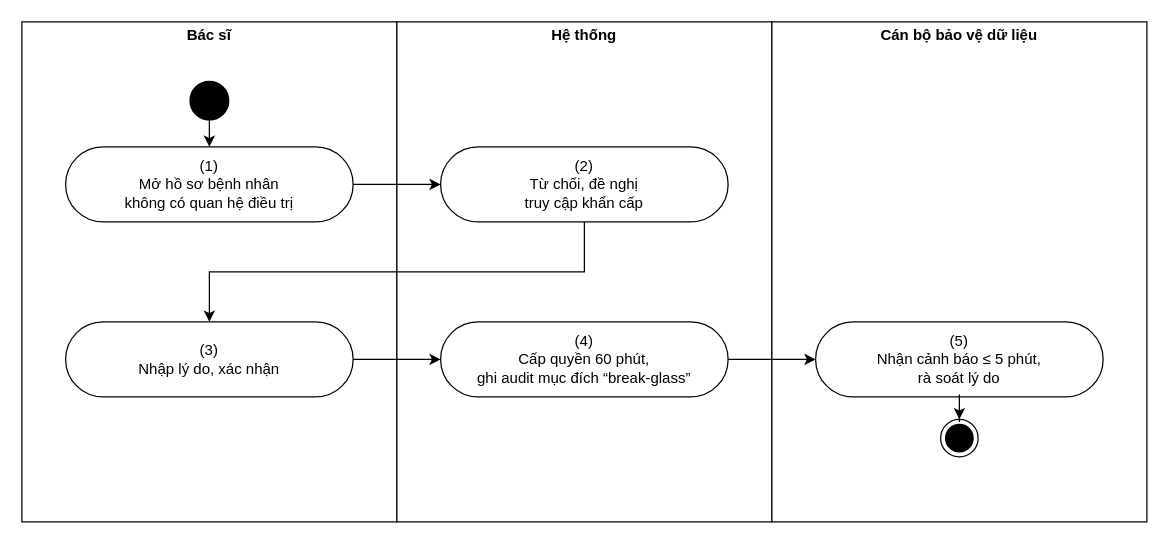
Before: page "Emergency access and monitoring process" (3 of 3) of docs/02-requirements/srs/dist/diagrams/02-workflows.drawio in viethung12062005/smart-hospital-platform, a draw.io diagram. Source tidied: cells renumbered, new cells numbered last; positions are measured from the earlier drawing's top-left corner, leaving out a move shared by most shapes. Both pictures are drawn from the tidied source at 125%, with x=0, y=0 at pixel (21, 21).
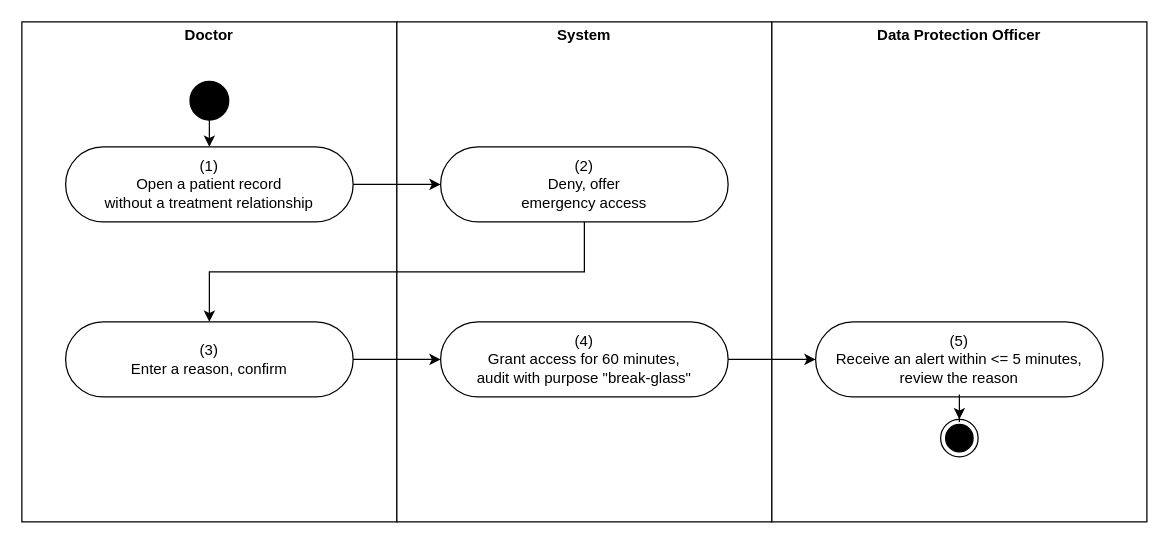
The same page after the edit.

Diff of the diagram source:
```diff
@@
 <mxGraphModel>
   <root>
     <mxCell id="0" />
     <mxCell id="1" parent="0" />
-    <mxCell id="2" value="&lt;p style=&quot;margin:0px;margin-top:4px;text-align:center&quot;&gt;&lt;b&gt;Bác sĩ&lt;/b&gt;&lt;/p&gt;" style="verticalAlign=top;align=left;overflow=fill;fontSize=12;fontFamily=Helvetica;html=1;rounded=0;shadow=0;strokeColor=#000000;gradientColor=none;whiteSpace=wrap;" parent="1" vertex="1">
+    <mxCell id="2" value="&lt;p style=&quot;margin:0px;margin-top:4px;text-align:center&quot;&gt;&lt;b&gt;Doctor&lt;/b&gt;&lt;/p&gt;" style="verticalAlign=top;align=left;overflow=fill;fontSize=12;fontFamily=Helvetica;html=1;rounded=0;shadow=0;strokeColor=#000000;gradientColor=none;whiteSpace=wrap;" parent="1" vertex="1">
       <mxGeometry width="300" height="400" as="geometry" />
     </mxCell>
-    <mxCell id="3" value="&lt;p style=&quot;margin:0px;margin-top:4px;text-align:center&quot;&gt;&lt;b&gt;Hệ thống&lt;/b&gt;&lt;/p&gt;" style="verticalAlign=top;align=left;overflow=fill;fontSize=12;fontFamily=Helvetica;html=1;rounded=0;shadow=0;strokeColor=#000000;gradientColor=none;whiteSpace=wrap;" parent="1" vertex="1">
+    <mxCell id="3" value="&lt;p style=&quot;margin:0px;margin-top:4px;text-align:center&quot;&gt;&lt;b&gt;System&lt;/b&gt;&lt;/p&gt;" style="verticalAlign=top;align=left;overflow=fill;fontSize=12;fontFamily=Helvetica;html=1;rounded=0;shadow=0;strokeColor=#000000;gradientColor=none;whiteSpace=wrap;" parent="1" vertex="1">
       <mxGeometry x="300" width="300" height="400" as="geometry" />
     </mxCell>
-    <mxCell id="4" value="&lt;p style=&quot;margin:0px;margin-top:4px;text-align:center&quot;&gt;&lt;b&gt;Cán bộ bảo vệ dữ liệu&lt;/b&gt;&lt;/p&gt;" style="verticalAlign=top;align=left;overflow=fill;fontSize=12;fontFamily=Helvetica;html=1;rounded=0;shadow=0;strokeColor=#000000;gradientColor=none;whiteSpace=wrap;" parent="1" vertex="1">
+    <mxCell id="4" value="&lt;p style=&quot;margin:0px;margin-top:4px;text-align:center&quot;&gt;&lt;b&gt;Data Protection Officer&lt;/b&gt;&lt;/p&gt;" style="verticalAlign=top;align=left;overflow=fill;fontSize=12;fontFamily=Helvetica;html=1;rounded=0;shadow=0;strokeColor=#000000;gradientColor=none;whiteSpace=wrap;" parent="1" vertex="1">
       <mxGeometry x="600" width="300" height="400" as="geometry" />
     </mxCell>
-    <mxCell id="5" value="(1)&lt;br&gt;Mở hồ sơ bệnh nhân&lt;br&gt;không có quan hệ điều trị" style="html=1;dashed=0;whitespace=wrap;shape=mxgraph.dfd.start;rounded=0;shadow=0;strokeColor=#000000;gradientColor=none;whiteSpace=wrap;fontSize=12;" parent="1" vertex="1">
+    <mxCell id="5" value="(1)&lt;br&gt;Open a patient record&lt;br&gt;without a treatment relationship" style="html=1;dashed=0;whitespace=wrap;shape=mxgraph.dfd.start;rounded=0;shadow=0;strokeColor=#000000;gradientColor=none;whiteSpace=wrap;fontSize=12;" parent="1" vertex="1">
       <mxGeometry x="35" y="100" width="230" height="60" as="geometry" />
     </mxCell>
-    <mxCell id="6" value="(2)&lt;br&gt;Từ chối, đề nghị&lt;br&gt;truy cập khẩn cấp" style="html=1;dashed=0;whitespace=wrap;shape=mxgraph.dfd.start;rounded=0;shadow=0;strokeColor=#000000;gradientColor=none;whiteSpace=wrap;fontSize=12;" parent="1" vertex="1">
+    <mxCell id="6" value="(2)&lt;br&gt;Deny, offer&lt;br&gt;emergency access" style="html=1;dashed=0;whitespace=wrap;shape=mxgraph.dfd.start;rounded=0;shadow=0;strokeColor=#000000;gradientColor=none;whiteSpace=wrap;fontSize=12;" parent="1" vertex="1">
       <mxGeometry x="335" y="100" width="230" height="60" as="geometry" />
     </mxCell>
-    <mxCell id="7" value="(3)&lt;br&gt;Nhập lý do, xác nhận" style="html=1;dashed=0;whitespace=wrap;shape=mxgraph.dfd.start;rounded=0;shadow=0;strokeColor=#000000;gradientColor=none;whiteSpace=wrap;fontSize=12;" parent="1" vertex="1">
+    <mxCell id="7" value="(3)&lt;br&gt;Enter a reason, confirm" style="html=1;dashed=0;whitespace=wrap;shape=mxgraph.dfd.start;rounded=0;shadow=0;strokeColor=#000000;gradientColor=none;whiteSpace=wrap;fontSize=12;" parent="1" vertex="1">
       <mxGeometry x="35" y="240" width="230" height="60" as="geometry" />
     </mxCell>
-    <mxCell id="8" value="(4)&lt;br&gt;Cấp quyền 60 phút,&lt;br&gt;ghi audit mục đích “break-glass”" style="html=1;dashed=0;whitespace=wrap;shape=mxgraph.dfd.start;rounded=0;shadow=0;strokeColor=#000000;gradientColor=none;whiteSpace=wrap;fontSize=12;" parent="1" vertex="1">
+    <mxCell id="8" value="(4)&lt;br&gt;Grant access for 60 minutes,&lt;br&gt;audit with purpose &amp;quot;break-glass&amp;quot;" style="html=1;dashed=0;whitespace=wrap;shape=mxgraph.dfd.start;rounded=0;shadow=0;strokeColor=#000000;gradientColor=none;whiteSpace=wrap;fontSize=12;" parent="1" vertex="1">
       <mxGeometry x="335" y="240" width="230" height="60" as="geometry" />
     </mxCell>
-    <mxCell id="9" value="(5)&lt;br&gt;Nhận cảnh báo ≤ 5 phút,&lt;br&gt;rà soát lý do" style="html=1;dashed=0;whitespace=wrap;shape=mxgraph.dfd.start;rounded=0;shadow=0;strokeColor=#000000;gradientColor=none;whiteSpace=wrap;fontSize=12;" parent="1" vertex="1">
+    <mxCell id="9" value="(5)&lt;br&gt;Receive an alert within &amp;lt;= 5 minutes,&lt;br&gt;review the reason" style="html=1;dashed=0;whitespace=wrap;shape=mxgraph.dfd.start;rounded=0;shadow=0;strokeColor=#000000;gradientColor=none;whiteSpace=wrap;fontSize=12;" parent="1" vertex="1">
       <mxGeometry x="635" y="240" width="230" height="60" as="geometry" />
     </mxCell>
     <mxCell id="10" style="strokeWidth=2;html=1;shape=mxgraph.flowchart.start_2;whiteSpace=wrap;rounded=0;shadow=0;gradientColor=none;fillColor=#000000;" parent="1" vertex="1">
       <mxGeometry x="135" y="48" width="30" height="30" as="geometry" />
     </mxCell>
     <mxCell id="11" style="edgeStyle=orthogonalEdgeStyle;rounded=0;jettySize=auto;html=1;" parent="1" edge="1" source="10" target="5">
       <mxGeometry relative="1" as="geometry" />
     </mxCell>
     <mxCell id="12" style="edgeStyle=orthogonalEdgeStyle;rounded=0;jettySize=auto;html=1;" parent="1" edge="1" source="5" target="6">
       <mxGeometry relative="1" as="geometry" />
     </mxCell>
     <mxCell id="13" style="edgeStyle=orthogonalEdgeStyle;rounded=0;jettySize=auto;html=1;exitX=0.5;exitY=1;exitDx=0;exitDy=0;entryX=0.5;entryY=0;entryDx=0;entryDy=0;" parent="1" edge="1" source="6" target="7">
       <mxGeometry relative="1" as="geometry" />
     </mxCell>
     <mxCell id="14" style="edgeStyle=orthogonalEdgeStyle;rounded=0;jettySize=auto;html=1;" parent="1" edge="1" source="7" target="8">
       <mxGeometry relative="1" as="geometry" />
     </mxCell>
     <mxCell id="15" style="edgeStyle=orthogonalEdgeStyle;rounded=0;jettySize=auto;html=1;" parent="1" edge="1" source="8" target="9">
       <mxGeometry relative="1" as="geometry" />
     </mxCell>
     <mxCell id="16" style="ellipse;html=1;shape=endState;fillColor=#000000;rounded=0;shadow=0;whiteSpace=wrap;" parent="1" vertex="1">
       <mxGeometry x="735" y="318" width="30" height="30" as="geometry" />
     </mxCell>
     <mxCell id="17" style="edgeStyle=orthogonalEdgeStyle;rounded=0;jettySize=auto;html=1;" parent="1" edge="1" source="9" target="16">
       <mxGeometry relative="1" as="geometry" />
     </mxCell>
   </root>
 </mxGraphModel>
```
